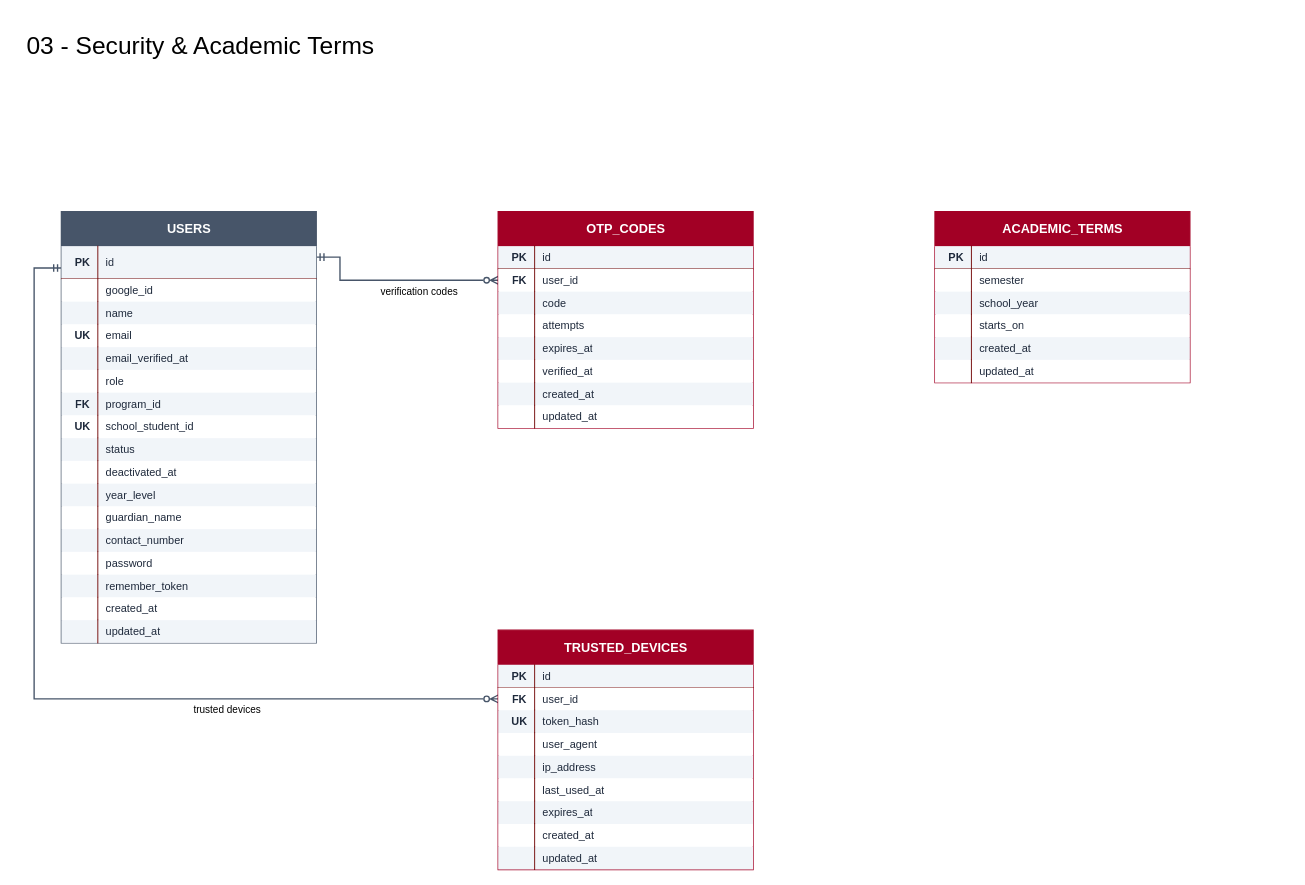
Before: page "03 - Security & Academic Terms" (3 of 3) of backend/ERD.drawio in maki-sushi-distro/Absenteeism-Late-Report-and-Excuse-Letter-Management-Process-ALRM, a draw.io diagram. Source tidied: cells renumbered, new cells numbered last; positions are measured from the earlier drawing's top-left corner, leaving out a move shared by most shapes. Both pictures are drawn from the tidied source at 91%, with x=0, y=0 at pixel (15, 15).
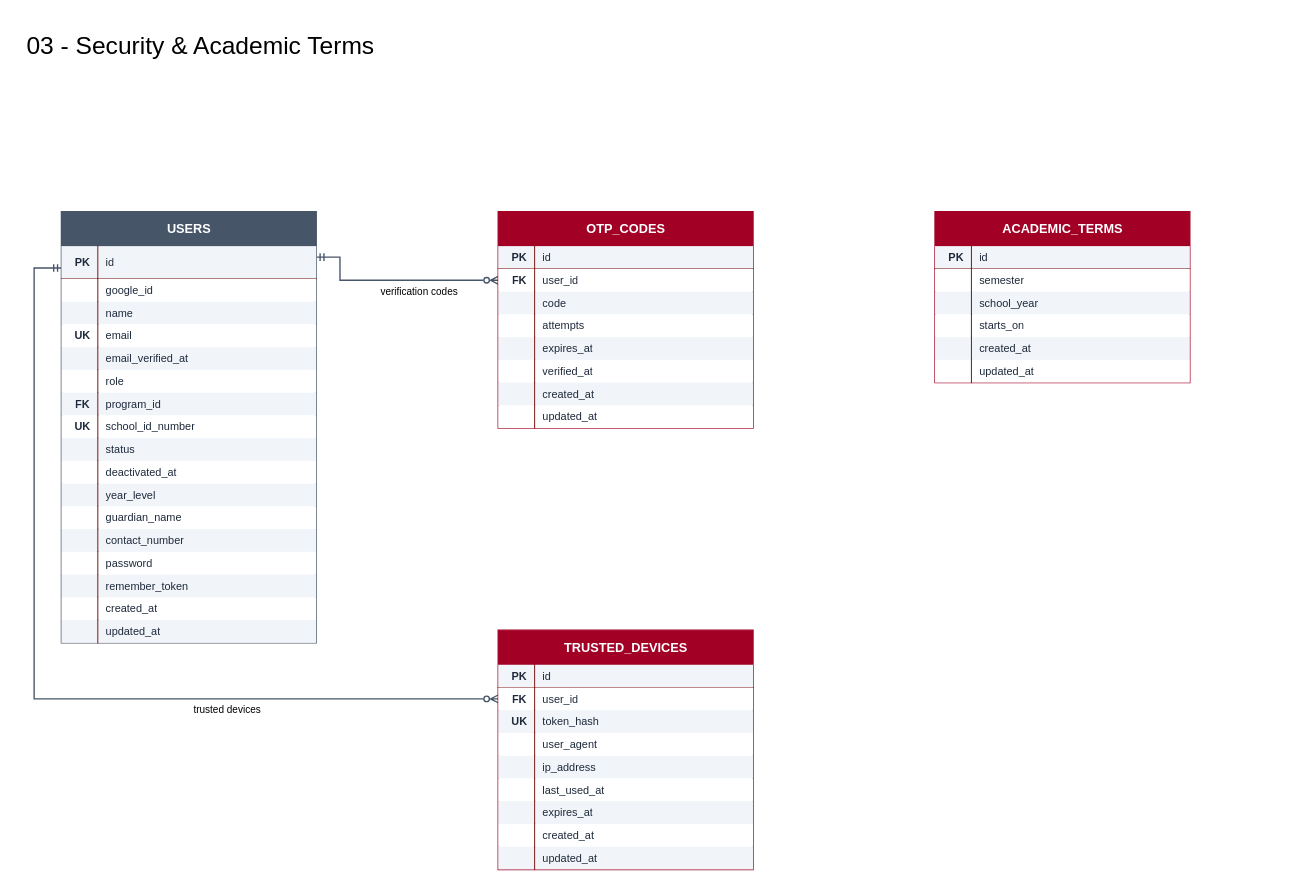
The same diagram, later.

The change refers to these unchanged cells:
```xml
<mxCell id="27" style="group;" parent="5" vertex="1">
  <mxGeometry y="224" width="280" height="25" as="geometry" />
</mxCell>
```

What changed in the source:
```diff
@@
-    <mxCell id="29" value="school_student_id" style="text;html=1;whiteSpace=wrap;overflow=hidden;verticalAlign=middle;spacingLeft=7;fontFamily=Helvetica;fillColor=#ffffff;fontColor=#1e293b;shape=partialRectangle;left=1;right=0;top=0;bottom=0;strokeColor=#6F0000;strokeWidth=1;align=left;fontSize=12;" parent="27" vertex="1">
-      <mxGeometry x="40" width="240" height="25" as="geometry" />
-    </mxCell>
+    <mxCell id="129" value="school_id_number" style="text;html=1;whiteSpace=wrap;overflow=hidden;verticalAlign=middle;spacingLeft=7;fontFamily=Helvetica;fillColor=#ffffff;fontColor=#1e293b;shape=partialRectangle;left=1;right=0;top=0;bottom=0;strokeColor=#6F0000;strokeWidth=1;align=left;fontSize=12;" parent="27" vertex="1">
+      <mxGeometry x="40" width="240" height="25" as="geometry" />
+    </mxCell>
```
